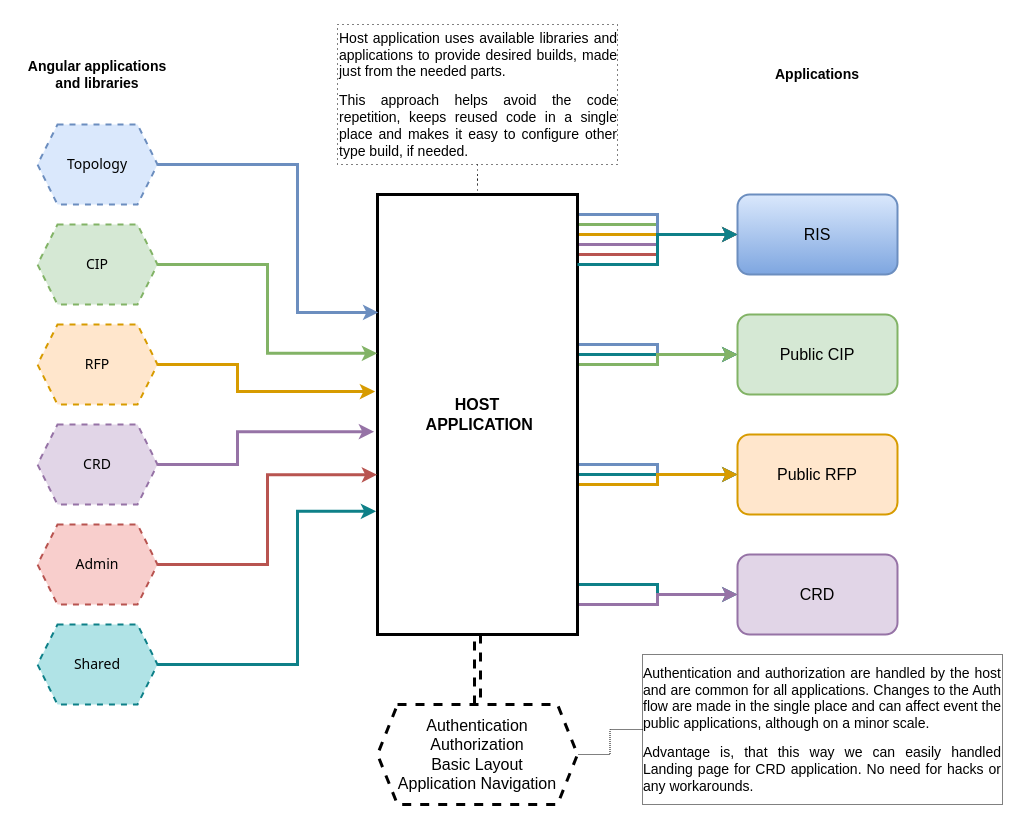
mathudak/diagrams keeps this draw.io diagram as Untitled Diagram.drawio. Above is the earlier version. Source tidied: cells renumbered, new cells numbered last; positions are measured from the earlier drawing's top-left corner, leaving out a move shared by most shapes. Both pictures are drawn from the tidied source at 100%, with x=0, y=0 at pixel (17, 24).
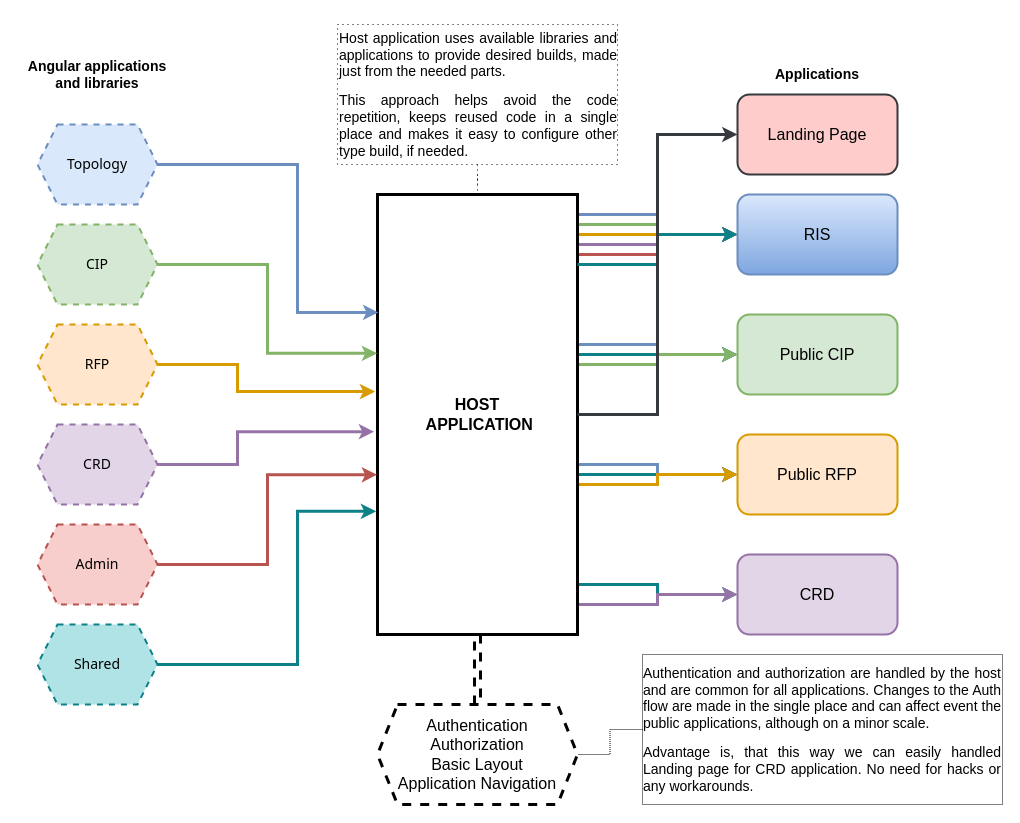
The same diagram, later.

Commit message:
Landing page update

Unchanged cells that the change refers to:
```xml
<mxCell id="15" value="&lt;div style=&quot;font-size: 16px;&quot;&gt;&lt;b&gt;&lt;font style=&quot;font-size: 16px;&quot;&gt;&lt;font style=&quot;font-size: 16px;&quot;&gt;HOST&lt;/font&gt;&lt;/font&gt;&lt;/b&gt;&lt;/div&gt;&lt;b&gt;&lt;font style=&quot;font-size: 16px;&quot;&gt;&amp;nbsp;APPLICATION&lt;/font&gt;&lt;/b&gt;" style="whiteSpace=wrap;html=1;strokeWidth=3;" parent="1" vertex="1">
  <mxGeometry x="360" y="170" width="200" height="440" as="geometry" />
</mxCell>
```

Change to the diagram source:
```diff
@@
+    <mxCell id="41" value="&lt;font style=&quot;font-size: 16px;&quot;&gt;Landing Page&lt;/font&gt;" style="rounded=1;whiteSpace=wrap;html=1;strokeWidth=2;fillColor=#ffcccc;strokeColor=#36393d;" parent="1" vertex="1">
+      <mxGeometry x="720" y="70" width="160" height="80" as="geometry" />
+    </mxCell>
+    <mxCell id="42" style="edgeStyle=orthogonalEdgeStyle;rounded=0;jettySize=auto;html=1;entryX=0;entryY=0.5;entryDx=0;entryDy=0;strokeWidth=3;fillColor=#ffcccc;strokeColor=#36393d;" parent="1" edge="1" source="15" target="41">
+      <mxGeometry relative="1" as="geometry" />
+    </mxCell>
```
